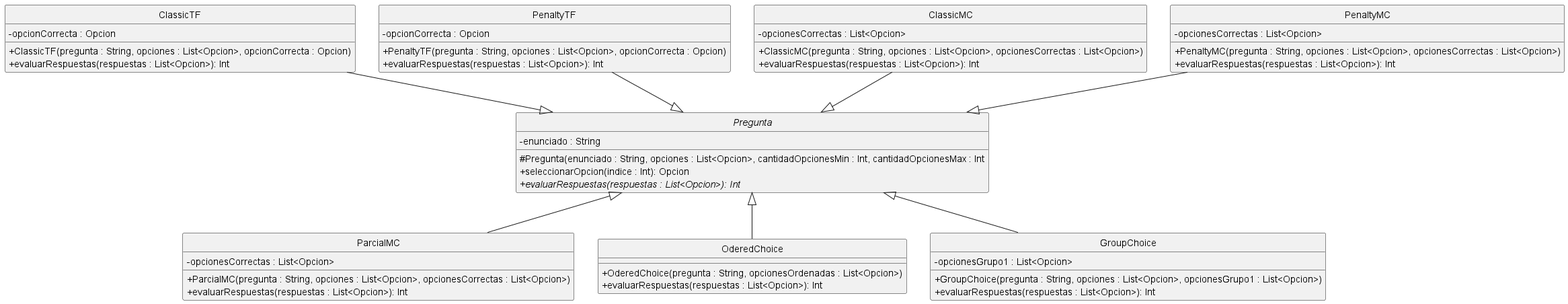
The PlantUML diagram diagrams/classes/clase_pregunta.png in lautiland/TP2-ALGO3-ALGOHOOT, before a commit.
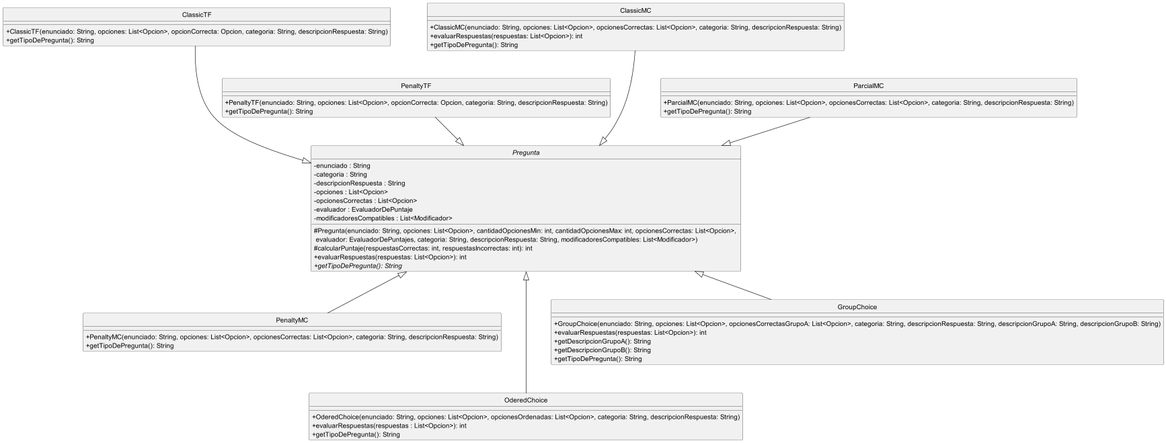
After the change.

Change to the diagram source:
```diff
@@ -6,58 +6,64 @@
 
 abstract Pregunta {
     - enunciado : String
-    # Pregunta(enunciado : String, opciones : List<Opcion>, cantidadOpcionesMin : Int, cantidadOpcionesMax : Int
-    + seleccionarOpcion(indice : Int): Opcion
-    + {abstract} evaluarRespuestas(respuestas : List<Opcion>): Int
+    - categoria : String
+    - descripcionRespuesta : String
+    - opciones : List<Opcion>
+    - opcionesCorrectas : List<Opcion>
+    - evaluador : EvaluadorDePuntaje
+    - modificadoresCompatibles : List<Modificador>
+    # Pregunta(enunciado: String, opciones: List<Opcion>, cantidadOpcionesMin: int, cantidadOpcionesMax: int, opcionesCorrectas: List<Opcion>, \n evaluador: EvaluadorDePuntajes, categoria: String, descripcionRespuesta: String, modificadoresCompatibles: List<Modificador>)
+    # calcularPuntaje(respuestasCorrectas: int, respuestasIncorrectas: int): int
+    + evaluarRespuestas(respuestas: List<Opcion>): int
+    + {abstract} getTipoDePregunta(): String
 }
 
 class ClassicTF {
-    - opcionCorrecta : Opcion
-    + ClassicTF(pregunta : String, opciones : List<Opcion>, opcionCorrecta : Opcion)
-    + evaluarRespuestas(respuestas : List<Opcion>): Int
+    + ClassicTF(enunciado: String, opciones: List<Opcion>, opcionCorrecta: Opcion, categoria: String, descripcionRespuesta: String)
+    + getTipoDePregunta(): String
 }
 
 class PenaltyTF {
-    - opcionCorrecta : Opcion
-    + PenaltyTF(pregunta : String, opciones : List<Opcion>, opcionCorrecta : Opcion)
-    + evaluarRespuestas(respuestas : List<Opcion>): Int
+    + PenaltyTF(enunciado: String, opciones: List<Opcion>, opcionCorrecta: Opcion, categoria: String, descripcionRespuesta: String)
+    + getTipoDePregunta(): String
 }
 
 class ClassicMC {
-    - opcionesCorrectas : List<Opcion>
-    + ClassicMC(pregunta : String, opciones : List<Opcion>, opcionesCorrectas : List<Opcion>)
-    + evaluarRespuestas(respuestas : List<Opcion>): Int
+    + ClassicMC(enunciado: String, opciones: List<Opcion>, opcionesCorrectas: List<Opcion>, categoria: String, descripcionRespuesta: String)
+    + evaluarRespuestas(respuestas: List<Opcion>): int
+    + getTipoDePregunta(): String
 }
 
 class PenaltyMC {
-    - opcionesCorrectas : List<Opcion>
-    + PenaltyMC(pregunta : String, opciones : List<Opcion>, opcionesCorrectas : List<Opcion>)
-    + evaluarRespuestas(respuestas : List<Opcion>): Int
+    + PenaltyMC(enunciado: String, opciones: List<Opcion>, opcionesCorrectas: List<Opcion>, categoria: String, descripcionRespuesta: String)
+    + getTipoDePregunta(): String
 }
 
 class ParcialMC {
-    - opcionesCorrectas : List<Opcion>
-    + ParcialMC(pregunta : String, opciones : List<Opcion>, opcionesCorrectas : List<Opcion>)
-    + evaluarRespuestas(respuestas : List<Opcion>): Int
+    + ParcialMC(enunciado: String, opciones: List<Opcion>, opcionesCorrectas: List<Opcion>, categoria: String, descripcionRespuesta: String)
+    + getTipoDePregunta(): String
 }
 
 class OderedChoice {
-    + OderedChoice(pregunta : String, opcionesOrdenadas : List<Opcion>)
-    + evaluarRespuestas(respuestas : List<Opcion>): Int
+    + OderedChoice(enunciado: String, opciones: List<Opcion>, opcionesOrdenadas: List<Opcion>, categoria: String, descripcionRespuesta: String)
+    + evaluarRespuestas(respuestas : List<Opcion>): int
+    + getTipoDePregunta(): String
 }
 
 class GroupChoice {
-    - opcionesGrupo1 : List<Opcion>
-    + GroupChoice(pregunta : String, opciones : List<Opcion>, opcionesGrupo1 : List<Opcion>)
-    + evaluarRespuestas(respuestas : List<Opcion>): Int
+    + GroupChoice(enunciado: String, opciones: List<Opcion>, opcionesCorrectasGrupoA: List<Opcion>, categoria: String, descripcionRespuesta: String, descripcionGrupoA: String, descripcionGrupoB: String)
+    + evaluarRespuestas(respuestas: List<Opcion>): int
+    + getDescripcionGrupoA(): String
+    + getDescripcionGrupoB(): String
+    + getTipoDePregunta(): String
 }
 
-ClassicTF -down-|> Pregunta
-ClassicMC -down-|> Pregunta
+ClassicTF --down-|> Pregunta
+ClassicMC --down-|> Pregunta
 PenaltyTF -down-|> Pregunta
-PenaltyMC -down-|> Pregunta
-ParcialMC -up-|> Pregunta
-OderedChoice -up-|> Pregunta
+PenaltyMC -up-|> Pregunta
+ParcialMC -down-|> Pregunta
+OderedChoice --up-|> Pregunta
 GroupChoice -up-|> Pregunta
 
 @enduml
```
